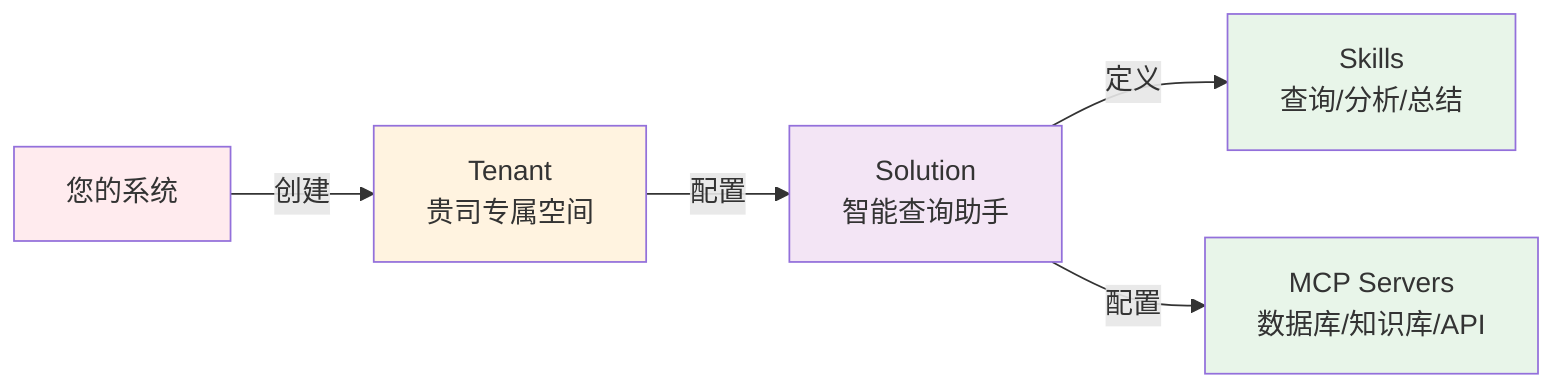
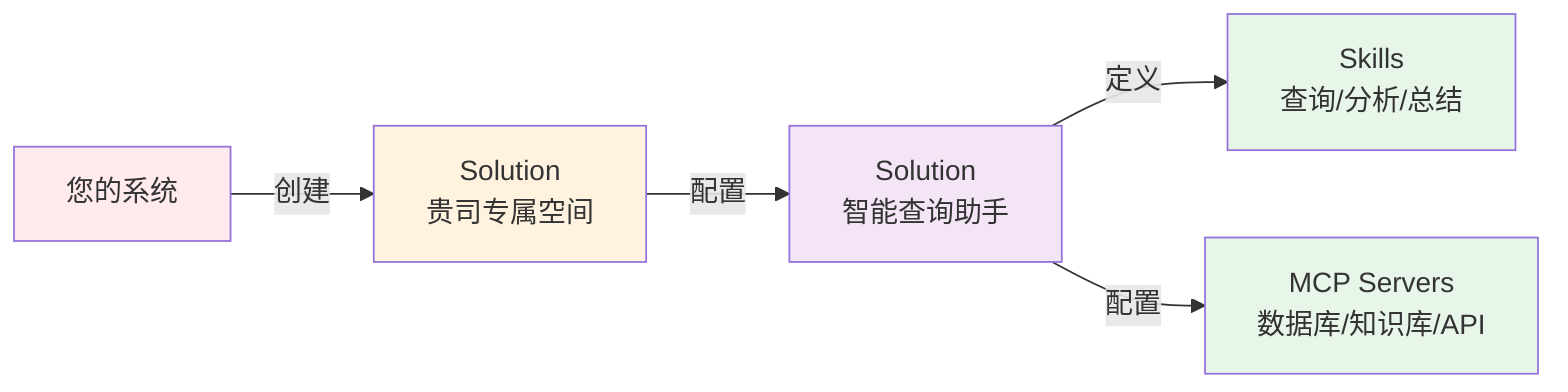
flowchart LR
-     A[您的系统] -->|创建| B[Tenant<br/>贵司专属空间]
+     A[您的系统] -->|创建| B[Solution<br/>贵司专属空间]
    B -->|配置| C[Solution<br/>智能查询助手]
    C -->|定义| D[Skills<br/>查询/分析/总结]
    C -->|配置| E[MCP Servers<br/>数据库/知识库/API]

    style A fill:#ffebee
    style B fill:#fff3e0
    style C fill:#f3e5f5
    style D fill:#e8f5e9
    style E fill:#e8f5e9